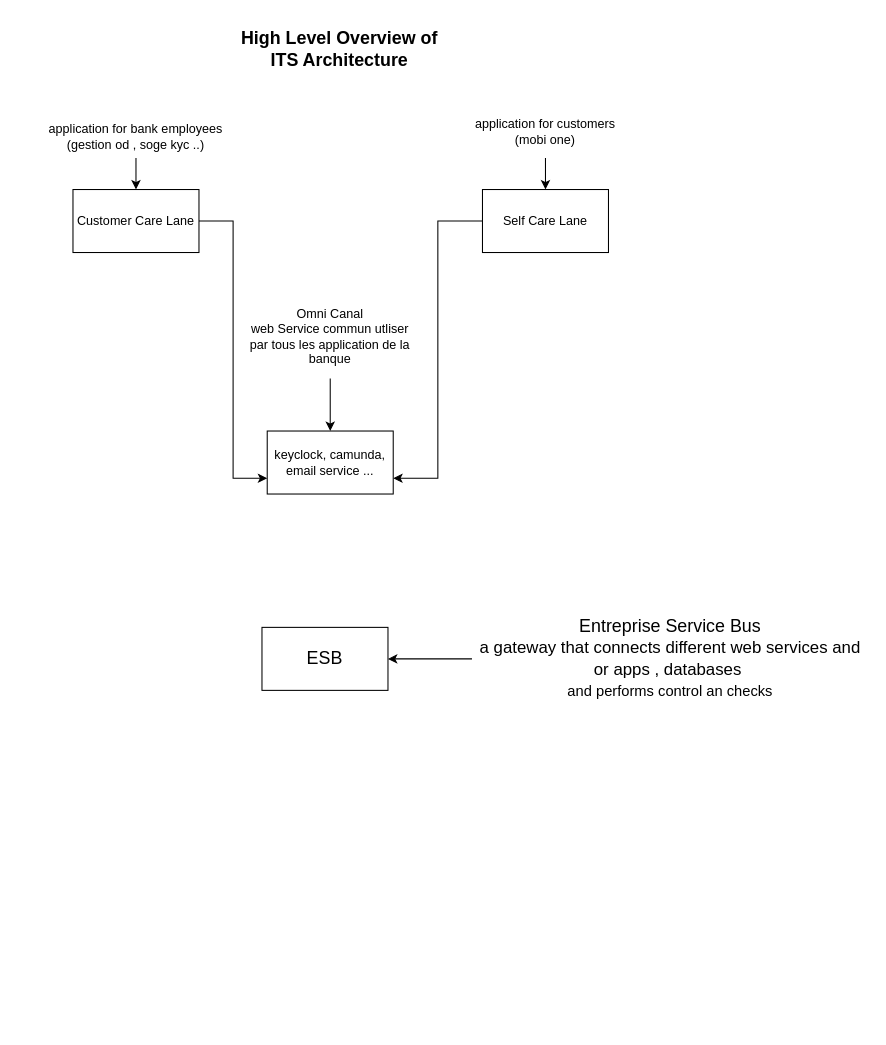
Above: src/assets/Diagramme sans nom.drawio in drissaitkassi/camunda-angular (draw.io), before the change. Source tidied: cells renumbered, new cells numbered last; positions are measured from the earlier drawing's top-left corner, leaving out a move shared by most shapes. Both pictures are drawn from the tidied source at 105%, with x=0, y=0 at pixel (46, 18).
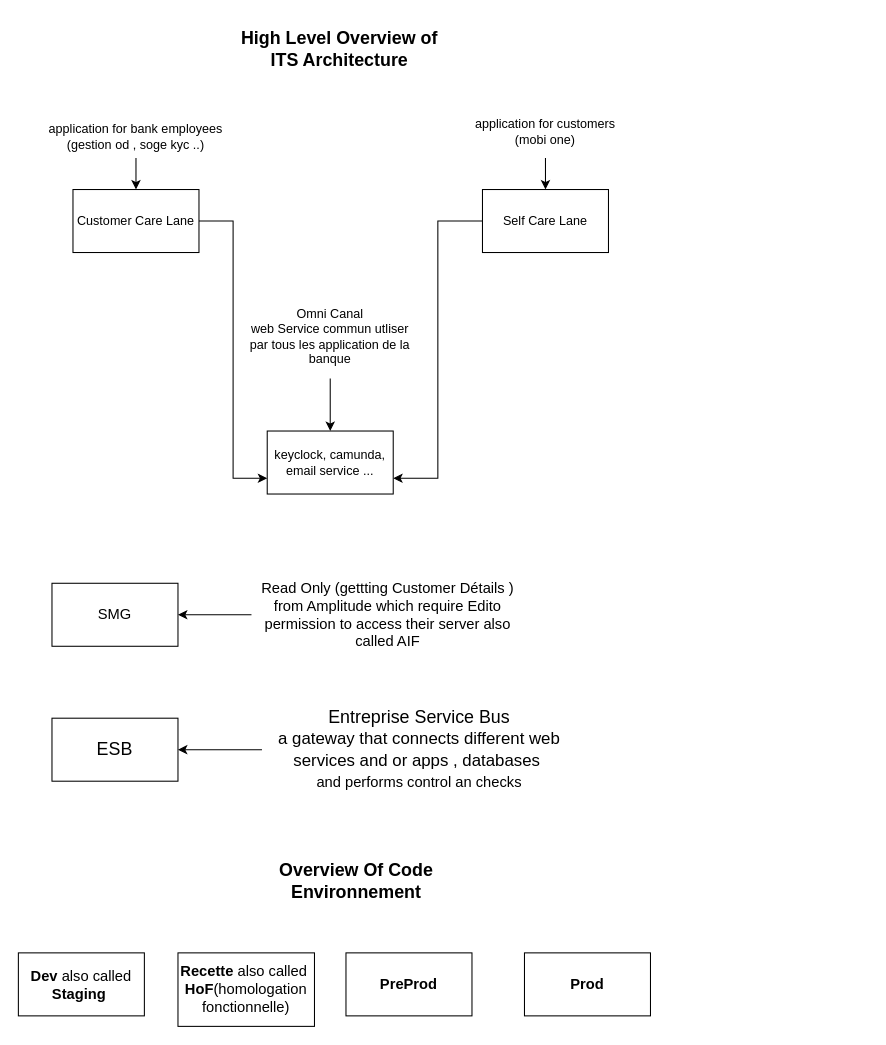
After the change.

Commit message:
added environnement overview

Change to the diagram source:
```diff
@@
     <mxCell id="14" value="ESB" style="rounded=0;whiteSpace=wrap;html=1;strokeWidth=1;fontSize=17;" parent="1" vertex="1">
-      <mxGeometry x="205" y="580" width="120" height="60" as="geometry" />
+      <mxGeometry x="5" y="666.5" width="120" height="60" as="geometry" />
     </mxCell>
@@
     <mxCell id="16" value="Entreprise Service Bus&lt;br style=&quot;font-size: 16px;&quot;&gt;&lt;font style=&quot;&quot;&gt;&lt;span style=&quot;font-size: 16px;&quot;&gt;a gateway that connects different web services and or apps , databases&amp;nbsp;&lt;/span&gt;&lt;br&gt;&lt;font style=&quot;font-size: 14px;&quot;&gt;and performs control an checks&lt;/font&gt;&lt;/font&gt;" style="text;html=1;strokeColor=none;fillColor=none;align=center;verticalAlign=middle;whiteSpace=wrap;rounded=0;fontSize=17;" parent="1" vertex="1">
-      <mxGeometry x="405" y="545.5" width="378" height="129" as="geometry" />
+      <mxGeometry x="205" y="632" width="300" height="129" as="geometry" />
     </mxCell>
+    <mxCell id="17" value="SMG" style="rounded=0;whiteSpace=wrap;html=1;strokeWidth=1;fontSize=14;" parent="1" vertex="1">
+      <mxGeometry x="5" y="538" width="120" height="60" as="geometry" />
+    </mxCell>
+    <mxCell id="18" style="edgeStyle=orthogonalEdgeStyle;rounded=0;jettySize=auto;html=1;fontSize=14;" parent="1" edge="1" source="19" target="17">
+      <mxGeometry relative="1" as="geometry" />
+    </mxCell>
+    <mxCell id="19" value="Read Only (gettting Customer Détails )&lt;br&gt;from Amplitude which require Edito permission to access their server also called AIF" style="text;html=1;strokeColor=none;fillColor=none;align=center;verticalAlign=middle;whiteSpace=wrap;rounded=0;fontSize=14;" parent="1" vertex="1">
+      <mxGeometry x="195" y="508" width="260" height="120" as="geometry" />
+    </mxCell>
+    <mxCell id="20" value="Overview Of Code Environnement" style="text;html=1;strokeColor=none;fillColor=none;align=center;verticalAlign=middle;whiteSpace=wrap;rounded=0;strokeWidth=4;perimeterSpacing=2;fontSize=17;fontStyle=1;" parent="1" vertex="1">
+      <mxGeometry x="193" y="792" width="204" height="60" as="geometry" />
+    </mxCell>
+    <mxCell id="21" value="&lt;b&gt;Dev &lt;/b&gt;also called &lt;b&gt;Staging&amp;nbsp;&lt;/b&gt;" style="rounded=0;whiteSpace=wrap;html=1;strokeWidth=1;fontSize=14;" parent="1" vertex="1">
+      <mxGeometry x="-27" y="890" width="120" height="60" as="geometry" />
+    </mxCell>
+    <mxCell id="22" value="&lt;b&gt;Recette &lt;/b&gt;also called&amp;nbsp;&lt;br&gt;&lt;b&gt;HoF&lt;/b&gt;(homologation fonctionnelle)" style="rounded=0;whiteSpace=wrap;html=1;strokeWidth=1;fontSize=14;" parent="1" vertex="1">
+      <mxGeometry x="125" y="890" width="130" height="70" as="geometry" />
+    </mxCell>
+    <mxCell id="23" value="&lt;b&gt;PreProd&lt;/b&gt;" style="rounded=0;whiteSpace=wrap;html=1;strokeWidth=1;fontSize=14;" parent="1" vertex="1">
+      <mxGeometry x="285" y="890" width="120" height="60" as="geometry" />
+    </mxCell>
+    <mxCell id="24" value="&lt;b&gt;Prod&lt;/b&gt;" style="rounded=0;whiteSpace=wrap;html=1;strokeWidth=1;fontSize=14;" parent="1" vertex="1">
+      <mxGeometry x="455" y="890" width="120" height="60" as="geometry" />
+    </mxCell>
```
